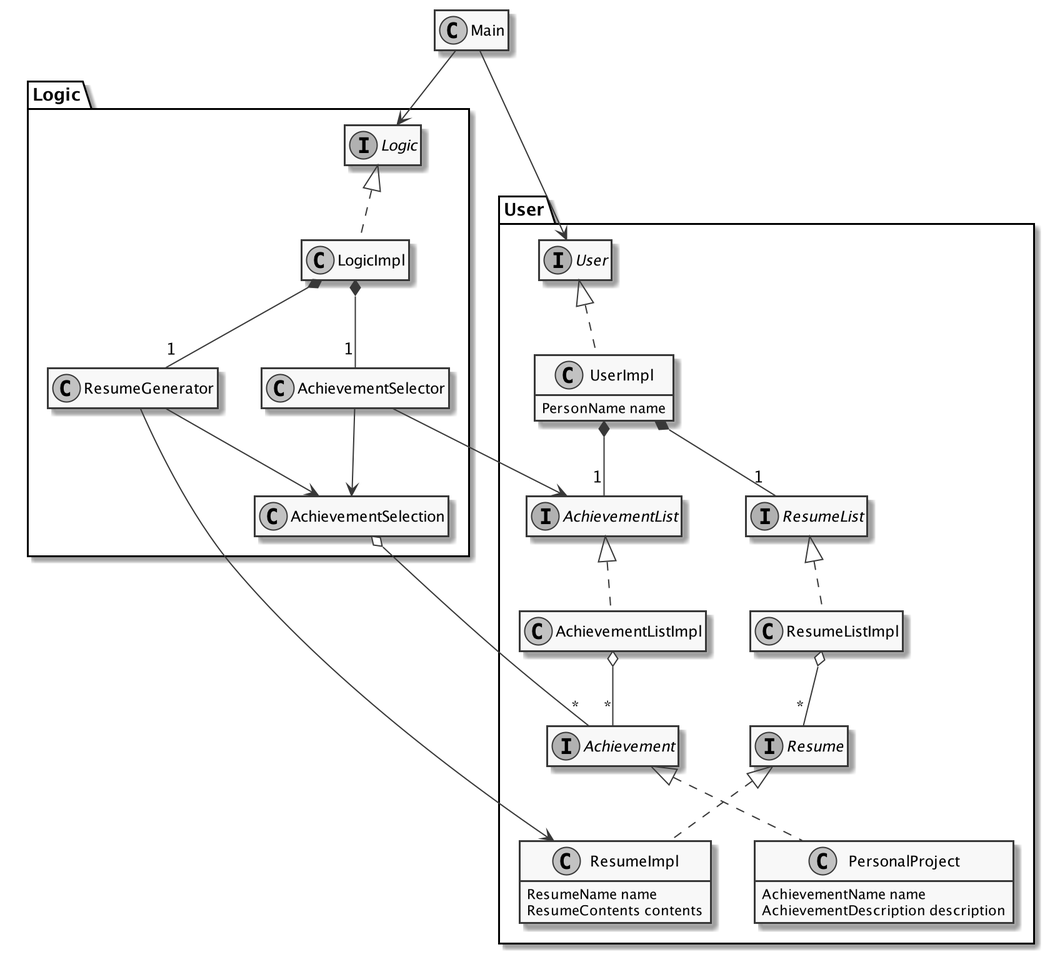
marckysan/ResuMe keeps this PlantUML diagram as docs/images/BackendClassDiagram.png. Above is the earlier version.
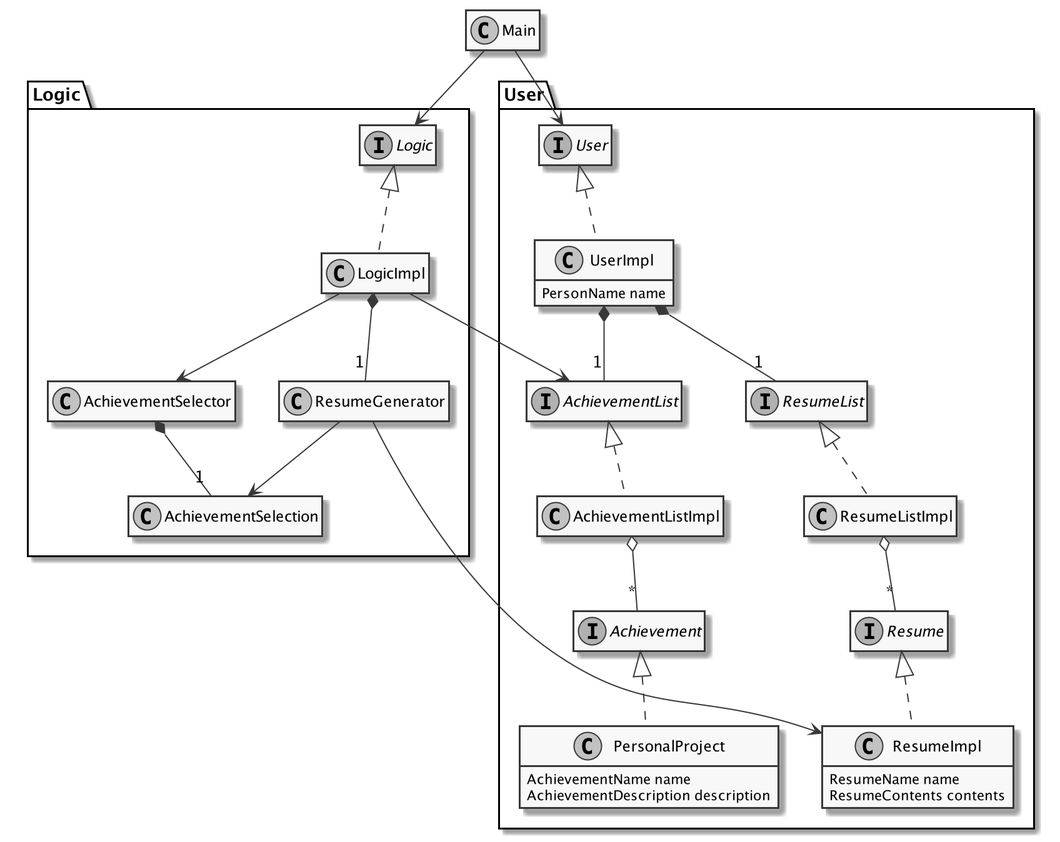
The same diagram one commit later.

Commit message:
Implement checking of arguments for AchievementSelector

Diff of the diagram source:
```diff
@@ -16,12 +16,11 @@
 class ResumeGenerator
 class AchievementSelector
 LogicImpl *-- "1" ResumeGenerator
-LogicImpl *-- "1" AchievementSelector
+LogicImpl --> AchievementSelector
+LogicImpl --> User.AchievementList
 
 class AchievementSelection
-AchievementSelector --> AchievementSelection
-AchievementSelector --> User.AchievementList
-AchievementSelection o-- "*" User.Achievement
+AchievementSelector *-- "1" AchievementSelection
 
 ResumeGenerator --> AchievementSelection
 ResumeGenerator --> User.ResumeImpl
```
